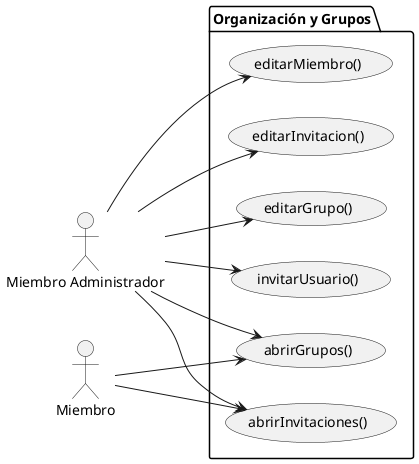
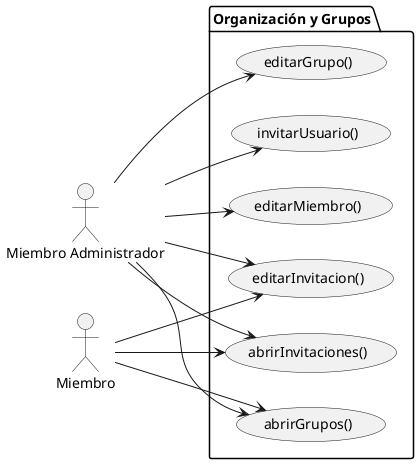
@startuml DiagramaOrganizaciónYGrupos
left to right direction
actor "Miembro Administrador" as MiembroAdmin
actor "Miembro" as Miembro


package "Organización y Grupos" {
    usecase "abrirGrupos()" as UC_G6
    usecase "editarGrupo()" as UC_G3
    usecase "invitarUsuario()" as UC_G2
    usecase "editarMiembro()" as UC_G5
    usecase "abrirInvitaciones()" as UC_G7
    usecase "editarInvitacion()" as UC_G8

}

MiembroAdmin --> UC_G2
MiembroAdmin --> UC_G3
MiembroAdmin --> UC_G5
MiembroAdmin --> UC_G6
MiembroAdmin --> UC_G7
MiembroAdmin --> UC_G8

Miembro --> UC_G6
Miembro --> UC_G7
+ Miembro --> UC_G8


@enduml